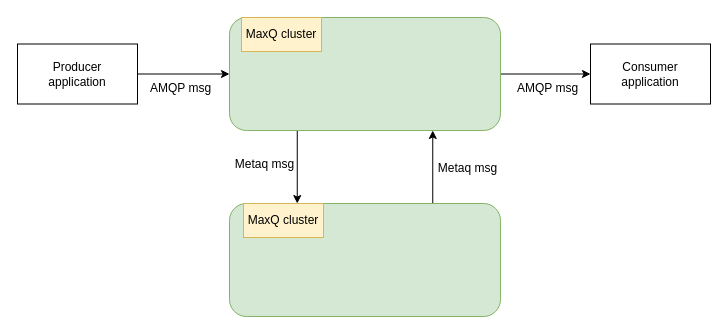
Before: eleme/Untitled Diagram.drawio in zhangwm1987/mydraw_io, a draw.io diagram. Source tidied: cells renumbered, new cells numbered last; positions are measured from the earlier drawing's top-left corner, leaving out a move shared by most shapes. Both pictures are drawn from the tidied source at 100%, with x=0, y=0 at pixel (17, 17).
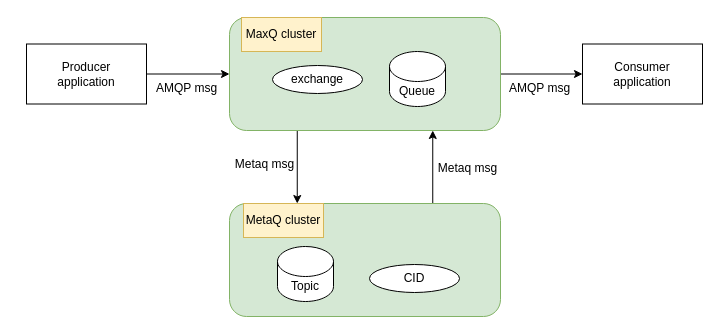
The same page after the edit.

Change to the diagram source:
```diff
@@
 <mxGraphModel>
   <root>
     <mxCell id="0" />
     <mxCell id="1" parent="0" />
     <mxCell id="2" style="edgeStyle=orthogonalEdgeStyle;rounded=0;jettySize=auto;html=1;exitX=1;exitY=0.5;exitDx=0;exitDy=0;entryX=0;entryY=0.5;entryDx=0;entryDy=0;" parent="1" edge="1" source="4" target="10">
       <mxGeometry relative="1" as="geometry" />
     </mxCell>
     <mxCell id="3" style="edgeStyle=orthogonalEdgeStyle;rounded=0;jettySize=auto;html=1;exitX=0.25;exitY=1;exitDx=0;exitDy=0;entryX=0.25;entryY=0;entryDx=0;entryDy=0;" parent="1" edge="1" source="4" target="7">
       <mxGeometry relative="1" as="geometry" />
     </mxCell>
     <mxCell id="4" style="rounded=1;whiteSpace=wrap;html=1;fillColor=#d5e8d4;strokeColor=#82b366;" parent="1" vertex="1">
       <mxGeometry x="212" width="271" height="113" as="geometry" />
     </mxCell>
     <mxCell id="5" value="MaxQ cluster" style="text;html=1;align=center;verticalAlign=middle;whiteSpace=wrap;rounded=0;fillColor=#fff2cc;strokeColor=#d6b656;" parent="1" vertex="1">
       <mxGeometry x="224" width="80" height="34" as="geometry" />
     </mxCell>
     <mxCell id="6" style="edgeStyle=orthogonalEdgeStyle;rounded=0;jettySize=auto;html=1;exitX=0.75;exitY=0;exitDx=0;exitDy=0;entryX=0.75;entryY=1;entryDx=0;entryDy=0;" parent="1" edge="1" source="7" target="4">
       <mxGeometry relative="1" as="geometry" />
     </mxCell>
     <mxCell id="7" style="rounded=1;whiteSpace=wrap;html=1;fillColor=#d5e8d4;strokeColor=#82b366;" parent="1" vertex="1">
       <mxGeometry x="212" y="186" width="271" height="113" as="geometry" />
     </mxCell>
     <mxCell id="8" style="edgeStyle=orthogonalEdgeStyle;rounded=0;jettySize=auto;html=1;exitX=1;exitY=0.5;exitDx=0;exitDy=0;entryX=0;entryY=0.5;entryDx=0;entryDy=0;" parent="1" edge="1" source="9" target="4">
       <mxGeometry relative="1" as="geometry" />
     </mxCell>
     <mxCell id="9" value="Producer&lt;br&gt;application" style="rounded=0;whiteSpace=wrap;html=1;" parent="1" vertex="1">
-      <mxGeometry y="26.5" width="120" height="60" as="geometry" />
+      <mxGeometry x="9" y="26.5" width="120" height="60" as="geometry" />
     </mxCell>
     <mxCell id="10" value="Consumer&lt;br&gt;application" style="rounded=0;whiteSpace=wrap;html=1;" parent="1" vertex="1">
-      <mxGeometry x="573" y="26.5" width="120" height="60" as="geometry" />
+      <mxGeometry x="565" y="26.5" width="120" height="60" as="geometry" />
     </mxCell>
     <mxCell id="11" value="AMQP msg" style="text;html=1;align=center;verticalAlign=middle;whiteSpace=wrap;rounded=0;" parent="1" vertex="1">
-      <mxGeometry x="131" y="61" width="65" height="19" as="geometry" />
+      <mxGeometry x="137" y="61" width="65" height="19" as="geometry" />
     </mxCell>
     <mxCell id="12" value="Metaq msg" style="text;html=1;align=center;verticalAlign=middle;whiteSpace=wrap;rounded=0;" parent="1" vertex="1">
       <mxGeometry x="215" y="137" width="65" height="19" as="geometry" />
     </mxCell>
     <mxCell id="13" value="Metaq msg" style="text;html=1;align=center;verticalAlign=middle;whiteSpace=wrap;rounded=0;" parent="1" vertex="1">
       <mxGeometry x="418" y="141" width="65" height="19" as="geometry" />
     </mxCell>
     <mxCell id="14" value="AMQP msg" style="text;html=1;align=center;verticalAlign=middle;whiteSpace=wrap;rounded=0;" parent="1" vertex="1">
-      <mxGeometry x="498" y="61" width="65" height="19" as="geometry" />
+      <mxGeometry x="490" y="61" width="65" height="19" as="geometry" />
     </mxCell>
-    <mxCell id="15" value="MaxQ cluster" style="text;html=1;align=center;verticalAlign=middle;whiteSpace=wrap;rounded=0;fillColor=#fff2cc;strokeColor=#d6b656;" parent="1" vertex="1">
+    <mxCell id="15" value="MetaQ cluster" style="text;html=1;align=center;verticalAlign=middle;whiteSpace=wrap;rounded=0;fillColor=#fff2cc;strokeColor=#d6b656;" parent="1" vertex="1">
       <mxGeometry x="226" y="186" width="80" height="34" as="geometry" />
     </mxCell>
+    <mxCell id="16" value="exchange" style="ellipse;whiteSpace=wrap;html=1;" parent="1" vertex="1">
+      <mxGeometry x="255" y="48" width="90" height="28" as="geometry" />
+    </mxCell>
+    <mxCell id="17" value="Queue" style="shape=cylinder3;whiteSpace=wrap;html=1;boundedLbl=1;backgroundOutline=1;size=15;" parent="1" vertex="1">
+      <mxGeometry x="372" y="34" width="56" height="55" as="geometry" />
+    </mxCell>
+    <mxCell id="18" value="Topic" style="shape=cylinder3;whiteSpace=wrap;html=1;boundedLbl=1;backgroundOutline=1;size=15;" parent="1" vertex="1">
+      <mxGeometry x="260" y="229" width="56" height="55" as="geometry" />
+    </mxCell>
+    <mxCell id="19" value="CID" style="ellipse;whiteSpace=wrap;html=1;" parent="1" vertex="1">
+      <mxGeometry x="352" y="247" width="90" height="28" as="geometry" />
+    </mxCell>
   </root>
 </mxGraphModel>
```
